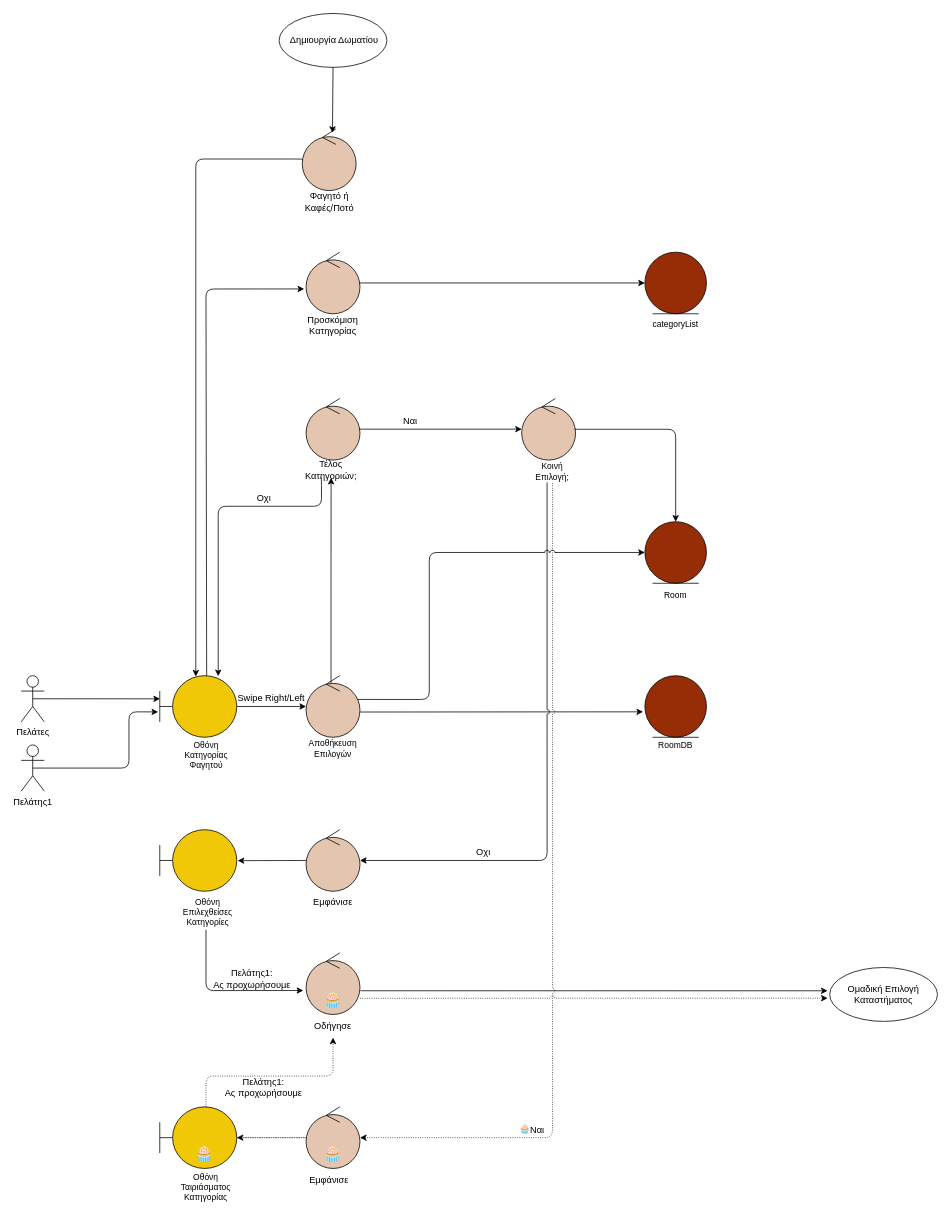
Earlier version of the draw.io diagram docs/contributions/JoannaAgo/Phase_5/Team Choice - Category/Team_Choice_Category_Robustness.drawio (iloudaros/nomnomr). Source tidied: cells renumbered, new cells numbered last; positions are measured from the earlier drawing's top-left corner, leaving out a move shared by most shapes. Both pictures are drawn from the tidied source at 77%, with x=0, y=0 at pixel (21, 13).
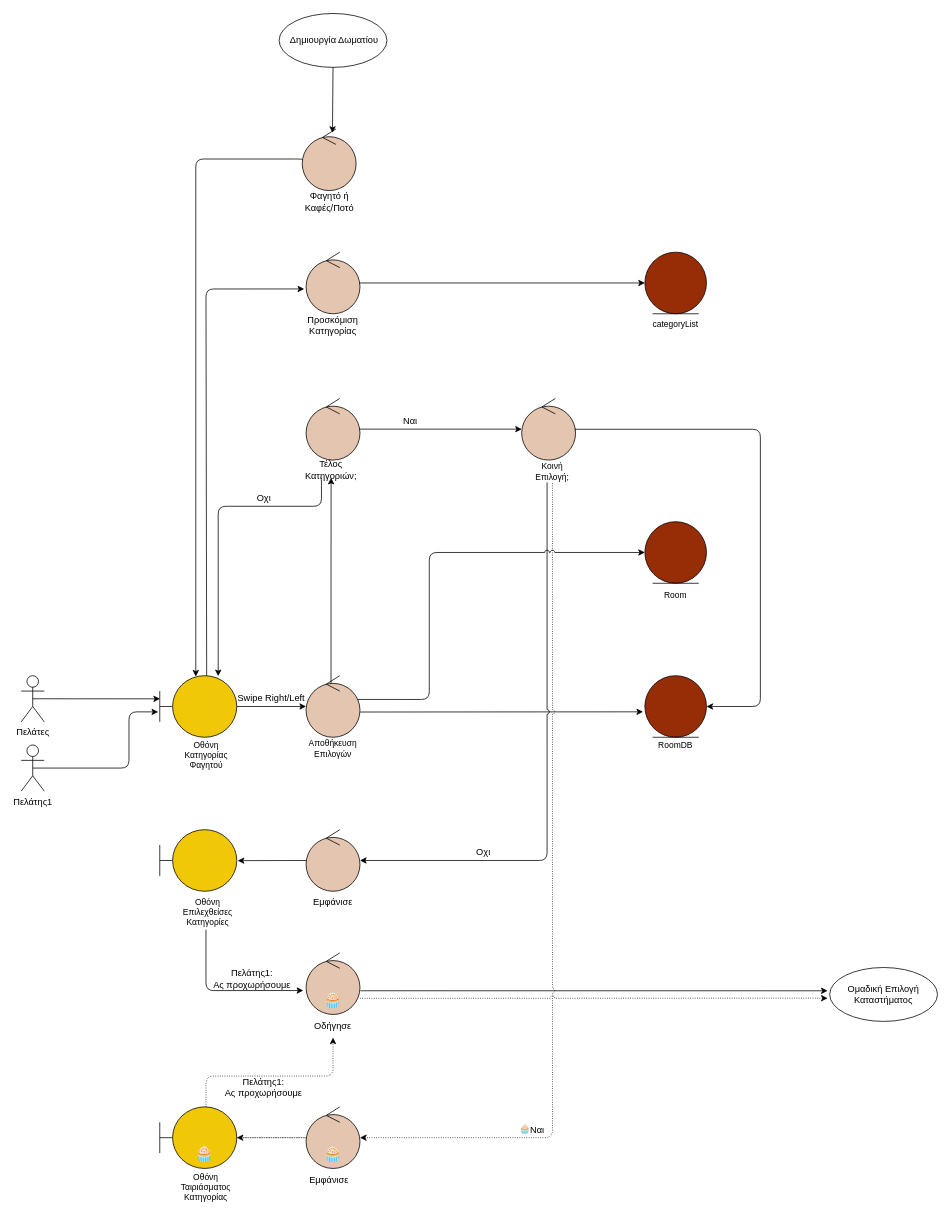
Above is the later version.

Unchanged cells that the change refers to:
```xml
<mxCell id="17" style="ellipse;shape=umlEntity;whiteSpace=wrap;html=1;fontSize=12;fillColor=#972D07;" parent="1" vertex="1">
  <mxGeometry x="810" y="860" width="80" height="80" as="geometry" />
</mxCell>
<mxCell id="62" style="ellipse;shape=umlEntity;whiteSpace=wrap;html=1;fontSize=12;fillColor=#972D07;" parent="1" vertex="1">
  <mxGeometry x="810" y="660" width="80" height="80" as="geometry" />
</mxCell>
```

What changed in the source:
```diff
@@
-    <mxCell id="65" style="endArrow=classic;html=1;rounded=1;fontSize=11;entryX=0.5;entryY=0;entryDx=0;entryDy=0;jumpStyle=arc;edgeStyle=orthogonalEdgeStyle;" parent="1" edge="1" target="62">
+    <mxCell id="65" style="endArrow=classic;html=1;rounded=1;fontSize=11;entryX=1;entryY=0.5;entryDx=0;entryDy=0;jumpStyle=arc;edgeStyle=orthogonalEdgeStyle;" parent="1" edge="1" target="17">
       <mxGeometry relative="1" as="geometry">
         <mxPoint x="719" y="540" as="sourcePoint" />
         <Array as="points">
-          <mxPoint x="719" y="540" />
-          <mxPoint x="850" y="540" />
+          <mxPoint x="960" y="540" />
+          <mxPoint x="960" y="900" />
         </Array>
       </mxGeometry>
     </mxCell>
```
